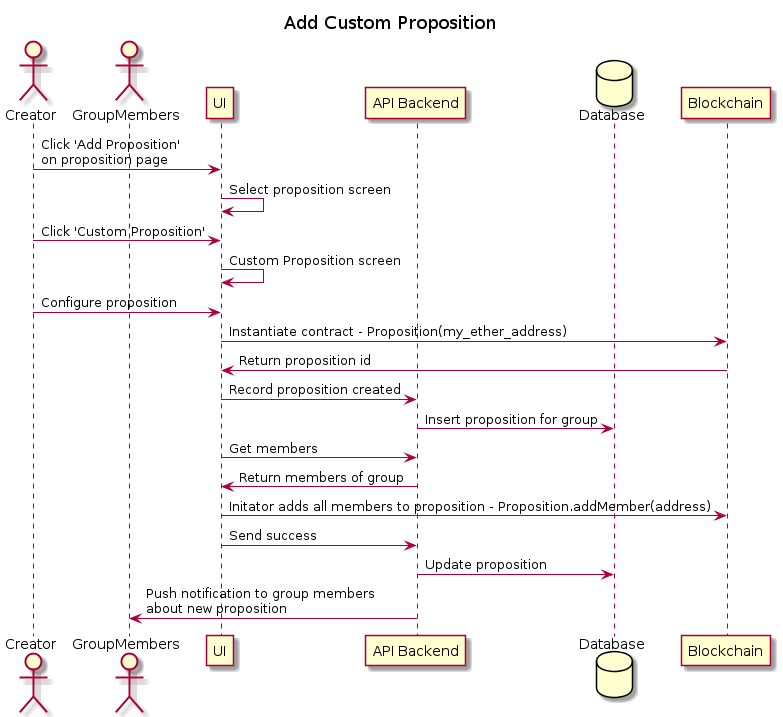
This is diagram_out/Diagrams/UserStories/Add Custom Proposition.png from adhurjaty/prediction-app, a PlantUML export, as it was before one commit.
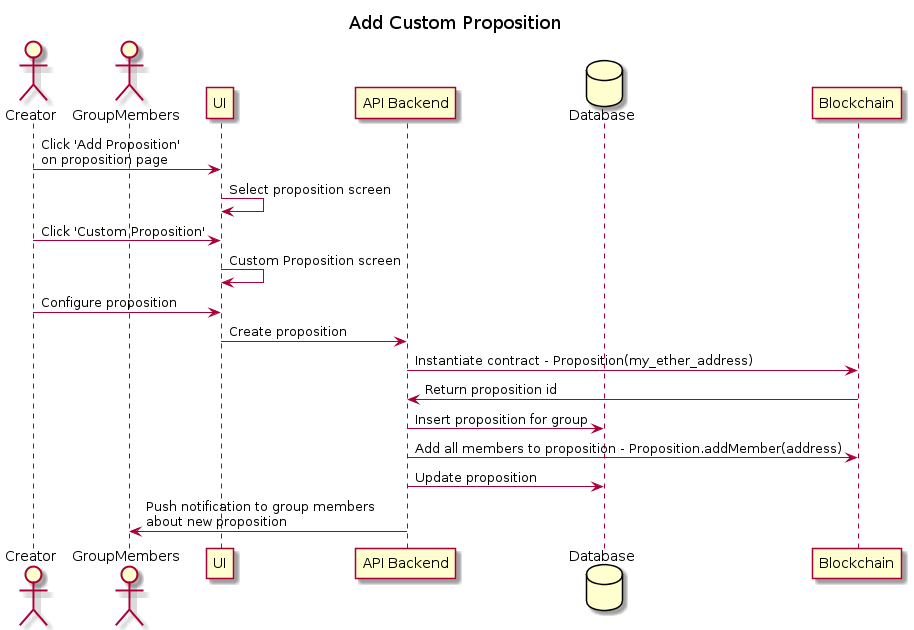
After the commit.

Commit message:
updates custom proposition sequence

The edit, as a diff of the source:
```diff
@@ -14,14 +14,11 @@
 creator -> ui : Click 'Custom Proposition'
 ui -> ui : Custom Proposition screen
 creator -> ui : Configure proposition
-ui -> bc: Instantiate contract - Proposition(my_ether_address)
-bc -> ui : Return proposition id
-ui -> api : Record proposition created
+ui -> api: Create proposition
+api -> bc: Instantiate contract - Proposition(my_ether_address)
+bc -> api : Return proposition id
 api -> db : Insert proposition for group
-ui -> api : Get members
-api -> ui: Return members of group
-ui -> bc: Initator adds all members to proposition - Proposition.addMember(address)
-ui -> api : Send success
+api -> bc: Add all members to proposition - Proposition.addMember(address)
 api -> db : Update proposition
 api -> member: Push notification to group members \nabout new proposition
 
```
